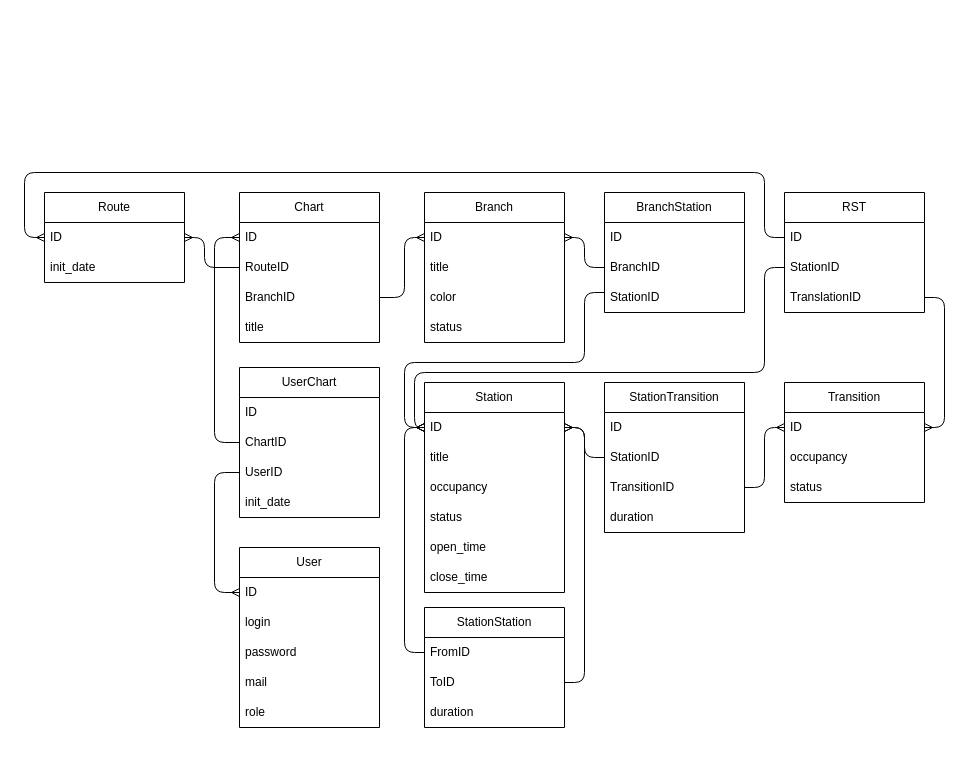
Before: charts/Entities.drawio in Mihyich/PPO, a draw.io diagram. Source tidied: cells renumbered, new cells numbered last; positions are measured from the earlier drawing's top-left corner, leaving out a move shared by most shapes. Both pictures are drawn from the tidied source at 100%, with x=0, y=0 at pixel (24, 172).
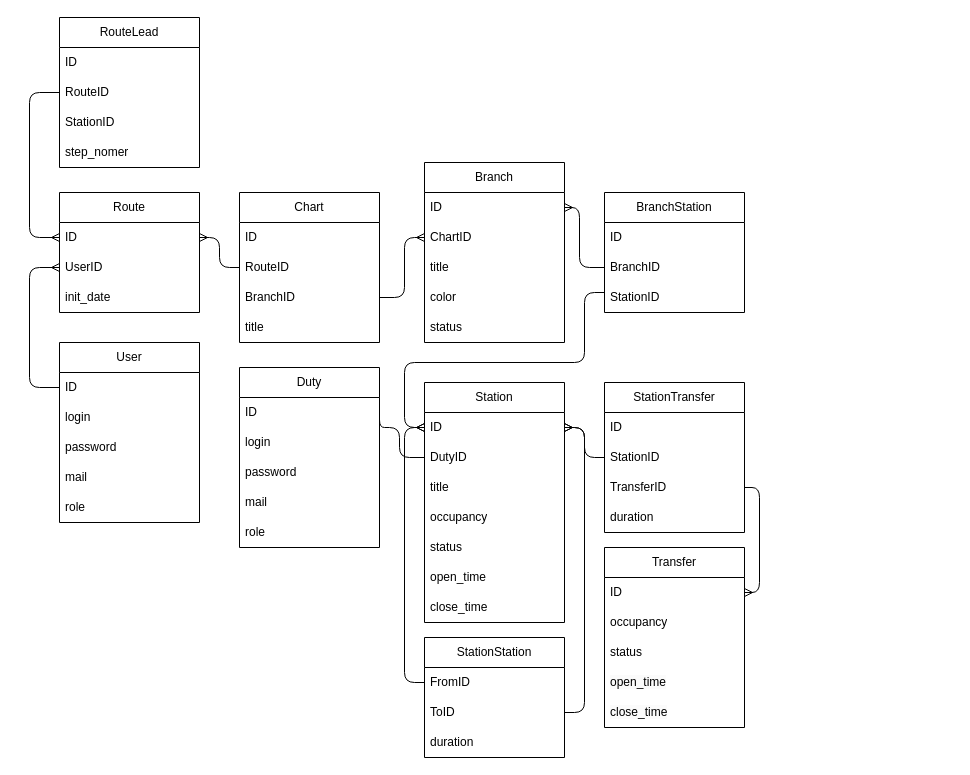
The same diagram, later.

Commit message:
Обновлена диаграмма сущность-связь БД

The change refers to these unchanged cells:
```xml
<mxCell id="3" value="ID" style="text;strokeColor=none;fillColor=none;align=left;verticalAlign=middle;spacingLeft=4;spacingRight=4;overflow=hidden;points=[[0,0.5],[1,0.5]];portConstraint=eastwest;whiteSpace=wrap;html=1;" parent="2" vertex="1">
  <mxGeometry y="30" width="140" height="30" as="geometry" />
</mxCell>
<mxCell id="14" value="ID" style="text;strokeColor=none;fillColor=none;align=left;verticalAlign=middle;spacingLeft=4;spacingRight=4;overflow=hidden;points=[[0,0.5],[1,0.5]];portConstraint=eastwest;whiteSpace=wrap;html=1;" parent="13" vertex="1">
  <mxGeometry y="30" width="140" height="30" as="geometry" />
</mxCell>
<mxCell id="15" value="RouteID" style="text;strokeColor=none;fillColor=none;align=left;verticalAlign=middle;spacingLeft=4;spacingRight=4;overflow=hidden;points=[[0,0.5],[1,0.5]];portConstraint=eastwest;whiteSpace=wrap;html=1;" parent="13" vertex="1">
  <mxGeometry y="60" width="140" height="30" as="geometry" />
</mxCell>
<mxCell id="16" value="BranchID" style="text;strokeColor=none;fillColor=none;align=left;verticalAlign=middle;spacingLeft=4;spacingRight=4;overflow=hidden;points=[[0,0.5],[1,0.5]];portConstraint=eastwest;whiteSpace=wrap;html=1;" parent="13" vertex="1">
  <mxGeometry y="90" width="140" height="30" as="geometry" />
</mxCell>
<mxCell id="21" value="ID" style="text;strokeColor=none;fillColor=none;align=left;verticalAlign=middle;spacingLeft=4;spacingRight=4;overflow=hidden;points=[[0,0.5],[1,0.5]];portConstraint=eastwest;whiteSpace=wrap;html=1;" parent="20" vertex="1">
  <mxGeometry y="30" width="140" height="30" as="geometry" />
</mxCell>
<mxCell id="25" value="ID" style="text;strokeColor=none;fillColor=none;align=left;verticalAlign=middle;spacingLeft=4;spacingRight=4;overflow=hidden;points=[[0,0.5],[1,0.5]];portConstraint=eastwest;whiteSpace=wrap;html=1;" parent="24" vertex="1">
  <mxGeometry y="30" width="140" height="30" as="geometry" />
</mxCell>
<mxCell id="31" value="ID" style="text;strokeColor=none;fillColor=none;align=left;verticalAlign=middle;spacingLeft=4;spacingRight=4;overflow=hidden;points=[[0,0.5],[1,0.5]];portConstraint=eastwest;whiteSpace=wrap;html=1;" parent="30" vertex="1">
  <mxGeometry y="30" width="140" height="30" as="geometry" />
</mxCell>
<mxCell id="38" value="ID" style="text;strokeColor=none;fillColor=none;align=left;verticalAlign=middle;spacingLeft=4;spacingRight=4;overflow=hidden;points=[[0,0.5],[1,0.5]];portConstraint=eastwest;whiteSpace=wrap;html=1;" parent="37" vertex="1">
  <mxGeometry y="30" width="140" height="30" as="geometry" />
</mxCell>
<mxCell id="43" value="BranchID" style="text;strokeColor=none;fillColor=none;align=left;verticalAlign=middle;spacingLeft=4;spacingRight=4;overflow=hidden;points=[[0,0.5],[1,0.5]];portConstraint=eastwest;whiteSpace=wrap;html=1;" parent="41" vertex="1">
  <mxGeometry y="60" width="140" height="30" as="geometry" />
</mxCell>
<mxCell id="55" value="ID" style="text;strokeColor=none;fillColor=none;align=left;verticalAlign=middle;spacingLeft=4;spacingRight=4;overflow=hidden;points=[[0,0.5],[1,0.5]];portConstraint=eastwest;whiteSpace=wrap;html=1;" parent="54" vertex="1">
  <mxGeometry y="30" width="140" height="30" as="geometry" />
</mxCell>
<mxCell id="62" value="FromID" style="text;strokeColor=none;fillColor=none;align=left;verticalAlign=middle;spacingLeft=4;spacingRight=4;overflow=hidden;points=[[0,0.5],[1,0.5]];portConstraint=eastwest;whiteSpace=wrap;html=1;" parent="61" vertex="1">
  <mxGeometry y="30" width="140" height="30" as="geometry" />
</mxCell>
<mxCell id="63" value="ToID" style="text;strokeColor=none;fillColor=none;align=left;verticalAlign=middle;spacingLeft=4;spacingRight=4;overflow=hidden;points=[[0,0.5],[1,0.5]];portConstraint=eastwest;whiteSpace=wrap;html=1;" parent="61" vertex="1">
  <mxGeometry y="60" width="140" height="30" as="geometry" />
</mxCell>
```

The edit, as a diff of the source:
```diff
@@
     <mxCell id="2" value="User" style="swimlane;fontStyle=0;horizontal=1;startSize=30;whiteSpace=wrap;html=1;" parent="1" vertex="1">
-      <mxGeometry x="215" y="375" width="140" height="180" as="geometry" />
+      <mxGeometry x="35" y="170" width="140" height="180" as="geometry" />
     </mxCell>
@@
-    <mxCell id="8" value="UserChart" style="swimlane;fontStyle=0;horizontal=1;startSize=30;whiteSpace=wrap;html=1;" parent="1" vertex="1">
-      <mxGeometry x="215" y="195" width="140" height="150" as="geometry" />
-    </mxCell>
-    <mxCell id="9" value="ID" style="text;strokeColor=none;fillColor=none;align=left;verticalAlign=middle;spacingLeft=4;spacingRight=4;overflow=hidden;points=[[0,0.5],[1,0.5]];portConstraint=eastwest;whiteSpace=wrap;html=1;" parent="8" vertex="1">
-      <mxGeometry y="30" width="140" height="30" as="geometry" />
-    </mxCell>
-    <mxCell id="10" value="ChartID" style="text;strokeColor=none;fillColor=none;align=left;verticalAlign=middle;spacingLeft=4;spacingRight=4;overflow=hidden;points=[[0,0.5],[1,0.5]];portConstraint=eastwest;whiteSpace=wrap;html=1;" parent="8" vertex="1">
-      <mxGeometry y="60" width="140" height="30" as="geometry" />
-    </mxCell>
-    <mxCell id="11" value="UserID" style="text;strokeColor=none;fillColor=none;align=left;verticalAlign=middle;spacingLeft=4;spacingRight=4;overflow=hidden;points=[[0,0.5],[1,0.5]];portConstraint=eastwest;whiteSpace=wrap;html=1;" parent="8" vertex="1">
-      <mxGeometry y="90" width="140" height="30" as="geometry" />
-    </mxCell>
-    <mxCell id="12" value="init_date" style="text;strokeColor=none;fillColor=none;align=left;verticalAlign=middle;spacingLeft=4;spacingRight=4;overflow=hidden;whiteSpace=wrap;html=1;" parent="8" vertex="1">
-      <mxGeometry y="120" width="140" height="30" as="geometry" />
-    </mxCell>
@@
-    <mxCell id="18" style="edgeStyle=orthogonalEdgeStyle;html=1;exitX=0;exitY=0.5;exitDx=0;exitDy=0;entryX=0;entryY=0.5;entryDx=0;entryDy=0;endArrow=ERmany;endFill=0;" parent="1" edge="1" source="11" target="3">
-      <mxGeometry relative="1" as="geometry">
-        <Array as="points">
-          <mxPoint x="190" y="300" />
-          <mxPoint x="190" y="420" />
-        </Array>
-      </mxGeometry>
-    </mxCell>
-    <mxCell id="19" style="edgeStyle=orthogonalEdgeStyle;html=1;exitX=0;exitY=0.5;exitDx=0;exitDy=0;entryX=0;entryY=0.5;entryDx=0;entryDy=0;endArrow=ERmany;endFill=0;" parent="1" edge="1" source="10" target="14">
-      <mxGeometry relative="1" as="geometry">
-        <Array as="points">
-          <mxPoint x="190" y="270" />
-          <mxPoint x="190" y="65" />
-        </Array>
-      </mxGeometry>
-    </mxCell>
     <mxCell id="20" value="Route" style="swimlane;fontStyle=0;horizontal=1;startSize=30;whiteSpace=wrap;html=1;" parent="1" vertex="1">
-      <mxGeometry x="20" y="20" width="140" height="90" as="geometry" />
+      <mxGeometry x="35" y="20" width="140" height="120" as="geometry" />
     </mxCell>
@@
+    <mxCell id="11" value="UserID" style="text;strokeColor=none;fillColor=none;align=left;verticalAlign=middle;spacingLeft=4;spacingRight=4;overflow=hidden;points=[[0,0.5],[1,0.5]];portConstraint=eastwest;whiteSpace=wrap;html=1;" parent="20" vertex="1">
+      <mxGeometry y="60" width="140" height="30" as="geometry" />
+    </mxCell>
     <mxCell id="22" value="init_date" style="text;strokeColor=none;fillColor=none;align=left;verticalAlign=middle;spacingLeft=4;spacingRight=4;overflow=hidden;whiteSpace=wrap;html=1;" parent="20" vertex="1">
-      <mxGeometry y="60" width="140" height="30" as="geometry" />
+      <mxGeometry y="90" width="140" height="30" as="geometry" />
     </mxCell>
     <mxCell id="23" style="edgeStyle=orthogonalEdgeStyle;html=1;exitX=0;exitY=0.5;exitDx=0;exitDy=0;entryX=1;entryY=0.5;entryDx=0;entryDy=0;endArrow=ERmany;endFill=0;" parent="1" edge="1" source="15" target="21">
       <mxGeometry relative="1" as="geometry">
         <Array as="points">
-          <mxPoint x="180" y="95" />
-          <mxPoint x="180" y="65" />
+          <mxPoint x="195" y="95" />
+          <mxPoint x="195" y="65" />
         </Array>
       </mxGeometry>
     </mxCell>
     <mxCell id="24" value="Branch" style="swimlane;fontStyle=0;horizontal=1;startSize=30;whiteSpace=wrap;html=1;" parent="1" vertex="1">
-      <mxGeometry x="400" y="20" width="140" height="150" as="geometry" />
+      <mxGeometry x="400" y="-10" width="140" height="180" as="geometry" />
     </mxCell>
@@
+    <mxCell id="10" value="ChartID" style="text;strokeColor=none;fillColor=none;align=left;verticalAlign=middle;spacingLeft=4;spacingRight=4;overflow=hidden;points=[[0,0.5],[1,0.5]];portConstraint=eastwest;whiteSpace=wrap;html=1;" parent="24" vertex="1">
+      <mxGeometry y="60" width="140" height="30" as="geometry" />
+    </mxCell>
     <mxCell id="26" value="title" style="text;strokeColor=none;fillColor=none;align=left;verticalAlign=middle;spacingLeft=4;spacingRight=4;overflow=hidden;whiteSpace=wrap;html=1;" parent="24" vertex="1">
-      <mxGeometry y="60" width="140" height="30" as="geometry" />
+      <mxGeometry y="90" width="140" height="30" as="geometry" />
     </mxCell>
     <mxCell id="27" value="color" style="text;strokeColor=none;fillColor=none;align=left;verticalAlign=middle;spacingLeft=4;spacingRight=4;overflow=hidden;whiteSpace=wrap;html=1;" parent="24" vertex="1">
-      <mxGeometry y="90" width="140" height="30" as="geometry" />
+      <mxGeometry y="120" width="140" height="30" as="geometry" />
     </mxCell>
     <mxCell id="28" value="status" style="text;strokeColor=none;fillColor=none;align=left;verticalAlign=middle;spacingLeft=4;spacingRight=4;overflow=hidden;whiteSpace=wrap;html=1;" parent="24" vertex="1">
-      <mxGeometry y="120" width="140" height="30" as="geometry" />
+      <mxGeometry y="150" width="140" height="30" as="geometry" />
     </mxCell>
-    <mxCell id="29" style="edgeStyle=orthogonalEdgeStyle;html=1;exitX=1;exitY=0.5;exitDx=0;exitDy=0;entryX=0;entryY=0.5;entryDx=0;entryDy=0;endArrow=ERmany;endFill=0;" parent="1" edge="1" source="16" target="25">
+    <mxCell id="29" style="edgeStyle=orthogonalEdgeStyle;html=1;exitX=1;exitY=0.5;exitDx=0;exitDy=0;entryX=0;entryY=0.5;entryDx=0;entryDy=0;endArrow=ERmany;endFill=0;" parent="1" edge="1" source="16" target="10">
       <mxGeometry relative="1" as="geometry">
         <Array as="points">
           <mxPoint x="380" y="125" />
           <mxPoint x="380" y="65" />
         </Array>
       </mxGeometry>
     </mxCell>
     <mxCell id="30" value="Station" style="swimlane;fontStyle=0;horizontal=1;startSize=30;whiteSpace=wrap;html=1;" parent="1" vertex="1">
-      <mxGeometry x="400" y="210" width="140" height="210" as="geometry" />
+      <mxGeometry x="400" y="210" width="140" height="240" as="geometry" />
     </mxCell>
@@
+    <mxCell id="67" value="DutyID" style="text;strokeColor=none;fillColor=none;align=left;verticalAlign=middle;spacingLeft=4;spacingRight=4;overflow=hidden;points=[[0,0.5],[1,0.5]];portConstraint=eastwest;whiteSpace=wrap;html=1;" parent="30" vertex="1">
+      <mxGeometry y="60" width="140" height="30" as="geometry" />
+    </mxCell>
     <mxCell id="32" value="title" style="text;strokeColor=none;fillColor=none;align=left;verticalAlign=middle;spacingLeft=4;spacingRight=4;overflow=hidden;whiteSpace=wrap;html=1;" parent="30" vertex="1">
-      <mxGeometry y="60" width="140" height="30" as="geometry" />
+      <mxGeometry y="90" width="140" height="30" as="geometry" />
     </mxCell>
     <mxCell id="33" value="occupancy" style="text;strokeColor=none;fillColor=none;align=left;verticalAlign=middle;spacingLeft=4;spacingRight=4;overflow=hidden;whiteSpace=wrap;html=1;" parent="30" vertex="1">
-      <mxGeometry y="90" width="140" height="30" as="geometry" />
+      <mxGeometry y="120" width="140" height="30" as="geometry" />
     </mxCell>
     <mxCell id="34" value="status" style="text;strokeColor=none;fillColor=none;align=left;verticalAlign=middle;spacingLeft=4;spacingRight=4;overflow=hidden;whiteSpace=wrap;html=1;" parent="30" vertex="1">
-      <mxGeometry y="120" width="140" height="30" as="geometry" />
+      <mxGeometry y="150" width="140" height="30" as="geometry" />
     </mxCell>
     <mxCell id="35" value="open_time" style="text;strokeColor=none;fillColor=none;align=left;verticalAlign=middle;spacingLeft=4;spacingRight=4;overflow=hidden;whiteSpace=wrap;html=1;" parent="30" vertex="1">
-      <mxGeometry y="150" width="140" height="30" as="geometry" />
+      <mxGeometry y="180" width="140" height="30" as="geometry" />
     </mxCell>
     <mxCell id="36" value="close_time" style="text;strokeColor=none;fillColor=none;align=left;verticalAlign=middle;spacingLeft=4;spacingRight=4;overflow=hidden;whiteSpace=wrap;html=1;" parent="30" vertex="1">
-      <mxGeometry y="180" width="140" height="30" as="geometry" />
+      <mxGeometry y="210" width="140" height="30" as="geometry" />
     </mxCell>
-    <mxCell id="37" value="Transition" style="swimlane;fontStyle=0;horizontal=1;startSize=30;whiteSpace=wrap;html=1;" parent="1" vertex="1">
-      <mxGeometry x="760" y="210" width="140" height="120" as="geometry" />
+    <mxCell id="37" value="Transfer" style="swimlane;fontStyle=0;horizontal=1;startSize=30;whiteSpace=wrap;html=1;" parent="1" vertex="1">
+      <mxGeometry x="580" y="375" width="140" height="180" as="geometry" />
     </mxCell>
@@
+    <mxCell id="68" value="&lt;span style=&quot;color: rgb(0, 0, 0); font-family: Helvetica; font-size: 12px; font-style: normal; font-variant-ligatures: normal; font-variant-caps: normal; font-weight: 400; letter-spacing: normal; orphans: 2; text-align: left; text-indent: 0px; text-transform: none; widows: 2; word-spacing: 0px; -webkit-text-stroke-width: 0px; white-space: normal; background-color: rgb(251, 251, 251); text-decoration-thickness: initial; text-decoration-style: initial; text-decoration-color: initial; display: inline !important; float: none;&quot;&gt;open_time&lt;/span&gt;" style="text;strokeColor=none;fillColor=none;align=left;verticalAlign=middle;spacingLeft=4;spacingRight=4;overflow=hidden;whiteSpace=wrap;html=1;" parent="37" vertex="1">
+      <mxGeometry y="120" width="140" height="30" as="geometry" />
+    </mxCell>
+    <mxCell id="69" value="&lt;span style=&quot;color: rgb(0, 0, 0); font-family: Helvetica; font-size: 12px; font-style: normal; font-variant-ligatures: normal; font-variant-caps: normal; font-weight: 400; letter-spacing: normal; orphans: 2; text-align: left; text-indent: 0px; text-transform: none; widows: 2; word-spacing: 0px; -webkit-text-stroke-width: 0px; white-space: normal; background-color: rgb(251, 251, 251); text-decoration-thickness: initial; text-decoration-style: initial; text-decoration-color: initial; display: inline !important; float: none;&quot;&gt;close_time&lt;/span&gt;" style="text;strokeColor=none;fillColor=none;align=left;verticalAlign=middle;spacingLeft=4;spacingRight=4;overflow=hidden;whiteSpace=wrap;html=1;" parent="37" vertex="1">
+      <mxGeometry y="150" width="140" height="30" as="geometry" />
+    </mxCell>
@@
     <mxCell id="45" style="edgeStyle=orthogonalEdgeStyle;html=1;exitX=1;exitY=0.5;exitDx=0;exitDy=0;entryX=0;entryY=0.5;entryDx=0;entryDy=0;endArrow=none;endFill=0;startArrow=ERmany;startFill=0;" parent="1" edge="1" source="25" target="43">
       <mxGeometry relative="1" as="geometry">
         <Array as="points">
-          <mxPoint x="560" y="65" />
-          <mxPoint x="560" y="95" />
+          <mxPoint x="555" y="35" />
+          <mxPoint x="555" y="95" />
         </Array>
       </mxGeometry>
     </mxCell>
@@
-    <mxCell id="47" value="StationTransition" style="swimlane;fontStyle=0;horizontal=1;startSize=30;whiteSpace=wrap;html=1;" parent="1" vertex="1">
+    <mxCell id="47" value="StationTransfer" style="swimlane;fontStyle=0;horizontal=1;startSize=30;whiteSpace=wrap;html=1;" parent="1" vertex="1">
       <mxGeometry x="580" y="210" width="140" height="150" as="geometry" />
     </mxCell>
@@
-    <mxCell id="50" value="TransitionID" style="text;strokeColor=none;fillColor=none;align=left;verticalAlign=middle;spacingLeft=4;spacingRight=4;overflow=hidden;points=[[0,0.5],[1,0.5]];portConstraint=eastwest;whiteSpace=wrap;html=1;" parent="47" vertex="1">
+    <mxCell id="50" value="TransferID" style="text;strokeColor=none;fillColor=none;align=left;verticalAlign=middle;spacingLeft=4;spacingRight=4;overflow=hidden;points=[[0,0.5],[1,0.5]];portConstraint=eastwest;whiteSpace=wrap;html=1;" parent="47" vertex="1">
       <mxGeometry y="90" width="140" height="30" as="geometry" />
     </mxCell>
@@
-    <mxCell id="52" style="edgeStyle=orthogonalEdgeStyle;html=1;exitX=1;exitY=0.5;exitDx=0;exitDy=0;entryX=0;entryY=0.5;entryDx=0;entryDy=0;endArrow=ERmany;endFill=0;" parent="1" edge="1" source="50" target="38">
-      <mxGeometry relative="1" as="geometry" />
+    <mxCell id="52" style="edgeStyle=orthogonalEdgeStyle;html=1;exitX=1;exitY=0.5;exitDx=0;exitDy=0;entryX=1;entryY=0.5;entryDx=0;entryDy=0;endArrow=ERmany;endFill=0;" parent="1" edge="1" source="50" target="38">
+      <mxGeometry relative="1" as="geometry">
+        <Array as="points">
+          <mxPoint x="735" y="315" />
+          <mxPoint x="735" y="420" />
+        </Array>
+      </mxGeometry>
     </mxCell>
@@
-    <mxCell id="54" value="RST" style="swimlane;fontStyle=0;horizontal=1;startSize=30;whiteSpace=wrap;html=1;" parent="1" vertex="1">
-      <mxGeometry x="760" y="20" width="140" height="120" as="geometry" />
+    <mxCell id="54" value="RouteLead" style="swimlane;fontStyle=0;horizontal=1;startSize=30;whiteSpace=wrap;html=1;" parent="1" vertex="1">
+      <mxGeometry x="35" y="-155" width="140" height="150" as="geometry" />
     </mxCell>
@@
+    <mxCell id="70" value="RouteID" style="text;strokeColor=none;fillColor=none;align=left;verticalAlign=middle;spacingLeft=4;spacingRight=4;overflow=hidden;points=[[0,0.5],[1,0.5]];portConstraint=eastwest;whiteSpace=wrap;html=1;" parent="54" vertex="1">
+      <mxGeometry y="60" width="140" height="30" as="geometry" />
+    </mxCell>
     <mxCell id="56" value="StationID" style="text;strokeColor=none;fillColor=none;align=left;verticalAlign=middle;spacingLeft=4;spacingRight=4;overflow=hidden;points=[[0,0.5],[1,0.5]];portConstraint=eastwest;whiteSpace=wrap;html=1;" parent="54" vertex="1">
-      <mxGeometry y="60" width="140" height="30" as="geometry" />
+      <mxGeometry y="90" width="140" height="30" as="geometry" />
     </mxCell>
-    <mxCell id="57" value="TranslationID" style="text;strokeColor=none;fillColor=none;align=left;verticalAlign=middle;spacingLeft=4;spacingRight=4;overflow=hidden;points=[[0,0.5],[1,0.5]];portConstraint=eastwest;whiteSpace=wrap;html=1;" parent="54" vertex="1">
-      <mxGeometry y="90" width="140" height="30" as="geometry" />
+    <mxCell id="57" value="step_nomer" style="text;strokeColor=none;fillColor=none;align=left;verticalAlign=middle;spacingLeft=4;spacingRight=4;overflow=hidden;points=[[0,0.5],[1,0.5]];portConstraint=eastwest;whiteSpace=wrap;html=1;" parent="54" vertex="1">
+      <mxGeometry y="120" width="140" height="30" as="geometry" />
     </mxCell>
-    <mxCell id="58" style="edgeStyle=orthogonalEdgeStyle;html=1;exitX=0;exitY=0.5;exitDx=0;exitDy=0;entryX=0;entryY=0.5;entryDx=0;entryDy=0;endArrow=ERmany;endFill=0;" parent="1" edge="1" source="55" target="21">
+    <mxCell id="58" style="edgeStyle=orthogonalEdgeStyle;html=1;exitX=0;exitY=0.5;exitDx=0;exitDy=0;entryX=0;entryY=0.5;entryDx=0;entryDy=0;endArrow=ERmany;endFill=0;" parent="1" edge="1" source="70" target="21">
       <mxGeometry relative="1" as="geometry">
         <Array as="points">
-          <mxPoint x="740" y="65" />
-          <mxPoint x="740" />
-          <mxPoint />
-          <mxPoint y="65" />
+          <mxPoint x="5" y="-80" />
+          <mxPoint x="5" y="65" />
         </Array>
       </mxGeometry>
     </mxCell>
-    <mxCell id="59" style="edgeStyle=orthogonalEdgeStyle;html=1;exitX=1;exitY=0.5;exitDx=0;exitDy=0;entryX=1;entryY=0.5;entryDx=0;entryDy=0;endArrow=ERmany;endFill=0;" parent="1" edge="1" source="57" target="38">
-      <mxGeometry relative="1" as="geometry">
-        <Array as="points">
-          <mxPoint x="920" y="125" />
-          <mxPoint x="920" y="255" />
-        </Array>
-      </mxGeometry>
-    </mxCell>
-    <mxCell id="60" style="edgeStyle=orthogonalEdgeStyle;html=1;exitX=0;exitY=0.5;exitDx=0;exitDy=0;entryX=0;entryY=0.5;entryDx=0;entryDy=0;endArrow=ERmany;endFill=0;" parent="1" edge="1" source="56" target="31">
-      <mxGeometry relative="1" as="geometry">
-        <Array as="points">
-          <mxPoint x="740" y="95" />
-          <mxPoint x="740" y="200" />
-          <mxPoint x="390" y="200" />
-          <mxPoint x="390" y="255" />
-        </Array>
-      </mxGeometry>
-    </mxCell>
     <mxCell id="61" value="StationStation" style="swimlane;fontStyle=0;horizontal=1;startSize=30;whiteSpace=wrap;html=1;" parent="1" vertex="1">
-      <mxGeometry x="400" y="435" width="140" height="120" as="geometry" />
+      <mxGeometry x="400" y="465" width="140" height="120" as="geometry" />
     </mxCell>
@@
     <mxCell id="65" style="edgeStyle=orthogonalEdgeStyle;html=1;exitX=0;exitY=0.5;exitDx=0;exitDy=0;entryX=0;entryY=0.5;entryDx=0;entryDy=0;endArrow=ERmany;endFill=0;" parent="1" edge="1" source="62" target="31">
       <mxGeometry relative="1" as="geometry">
         <Array as="points">
-          <mxPoint x="380" y="480" />
+          <mxPoint x="380" y="510" />
           <mxPoint x="380" y="255" />
         </Array>
       </mxGeometry>
     </mxCell>
     <mxCell id="66" style="edgeStyle=orthogonalEdgeStyle;html=1;exitX=1;exitY=0.5;exitDx=0;exitDy=0;entryX=1;entryY=0.5;entryDx=0;entryDy=0;endArrow=ERmany;endFill=0;" parent="1" edge="1" source="63" target="31">
       <mxGeometry relative="1" as="geometry">
         <Array as="points">
-          <mxPoint x="560" y="510" />
+          <mxPoint x="560" y="540" />
           <mxPoint x="560" y="255" />
         </Array>
       </mxGeometry>
     </mxCell>
+    <mxCell id="18" style="edgeStyle=orthogonalEdgeStyle;html=1;exitX=0;exitY=0.5;exitDx=0;exitDy=0;entryX=0;entryY=0.5;entryDx=0;entryDy=0;endArrow=none;endFill=0;startArrow=ERmany;startFill=0;" parent="1" edge="1" source="11" target="3">
+      <mxGeometry relative="1" as="geometry">
+        <Array as="points">
+          <mxPoint x="5" y="95" />
+          <mxPoint x="5" y="215" />
+        </Array>
+      </mxGeometry>
+    </mxCell>
+    <mxCell id="71" value="Duty" style="swimlane;fontStyle=0;horizontal=1;startSize=30;whiteSpace=wrap;html=1;" parent="1" vertex="1">
+      <mxGeometry x="215" y="195" width="140" height="180" as="geometry" />
+    </mxCell>
+    <mxCell id="9" value="ID" style="text;strokeColor=none;fillColor=none;align=left;verticalAlign=middle;spacingLeft=4;spacingRight=4;overflow=hidden;points=[[0,0.5],[1,0.5]];portConstraint=eastwest;whiteSpace=wrap;html=1;" parent="71" vertex="1">
+      <mxGeometry y="30" width="140" height="30" as="geometry" />
+    </mxCell>
+    <mxCell id="72" value="login" style="text;strokeColor=none;fillColor=none;align=left;verticalAlign=middle;spacingLeft=4;spacingRight=4;overflow=hidden;whiteSpace=wrap;html=1;" parent="71" vertex="1">
+      <mxGeometry y="60" width="140" height="30" as="geometry" />
+    </mxCell>
+    <mxCell id="73" value="password" style="text;strokeColor=none;fillColor=none;align=left;verticalAlign=middle;spacingLeft=4;spacingRight=4;overflow=hidden;whiteSpace=wrap;html=1;" parent="71" vertex="1">
+      <mxGeometry y="90" width="140" height="30" as="geometry" />
+    </mxCell>
+    <mxCell id="74" value="mail" style="text;strokeColor=none;fillColor=none;align=left;verticalAlign=middle;spacingLeft=4;spacingRight=4;overflow=hidden;whiteSpace=wrap;html=1;" parent="71" vertex="1">
+      <mxGeometry y="120" width="140" height="30" as="geometry" />
+    </mxCell>
+    <mxCell id="75" value="role" style="text;strokeColor=none;fillColor=none;align=left;verticalAlign=middle;spacingLeft=4;spacingRight=4;overflow=hidden;whiteSpace=wrap;html=1;" parent="71" vertex="1">
+      <mxGeometry y="150" width="140" height="30" as="geometry" />
+    </mxCell>
+    <mxCell id="76" style="edgeStyle=orthogonalEdgeStyle;html=1;exitX=0;exitY=0.5;exitDx=0;exitDy=0;entryX=1;entryY=0.5;entryDx=0;entryDy=0;endArrow=none;endFill=0;" parent="1" edge="1" source="67" target="9">
+      <mxGeometry relative="1" as="geometry">
+        <Array as="points">
+          <mxPoint x="375" y="285" />
+          <mxPoint x="375" y="255" />
+        </Array>
+      </mxGeometry>
+    </mxCell>
```
